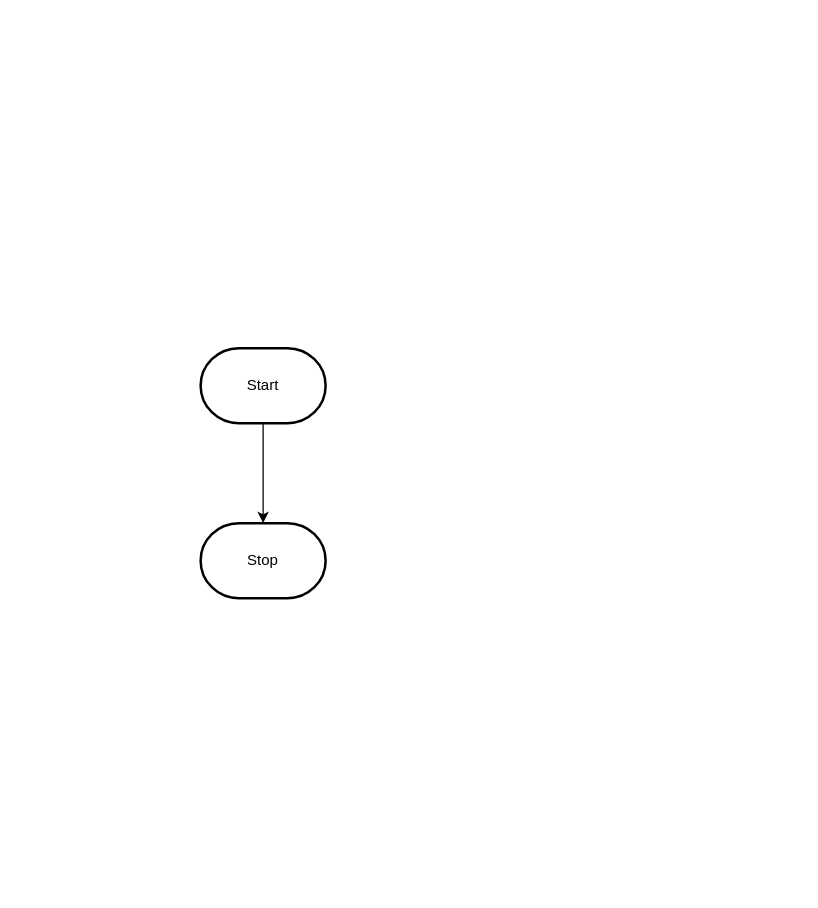
The draw.io diagram design/flowchart.drawio in MTHS-ICD2O-1-2023/ICD2O-Assignment-06-George-Khalil-29, before the edit. Source tidied: cells renumbered, new cells numbered last; positions are measured from the earlier drawing's top-left corner, leaving out a move shared by most shapes. Both pictures are drawn from the tidied source at 125%, with x=0, y=0 at pixel (200, 348).
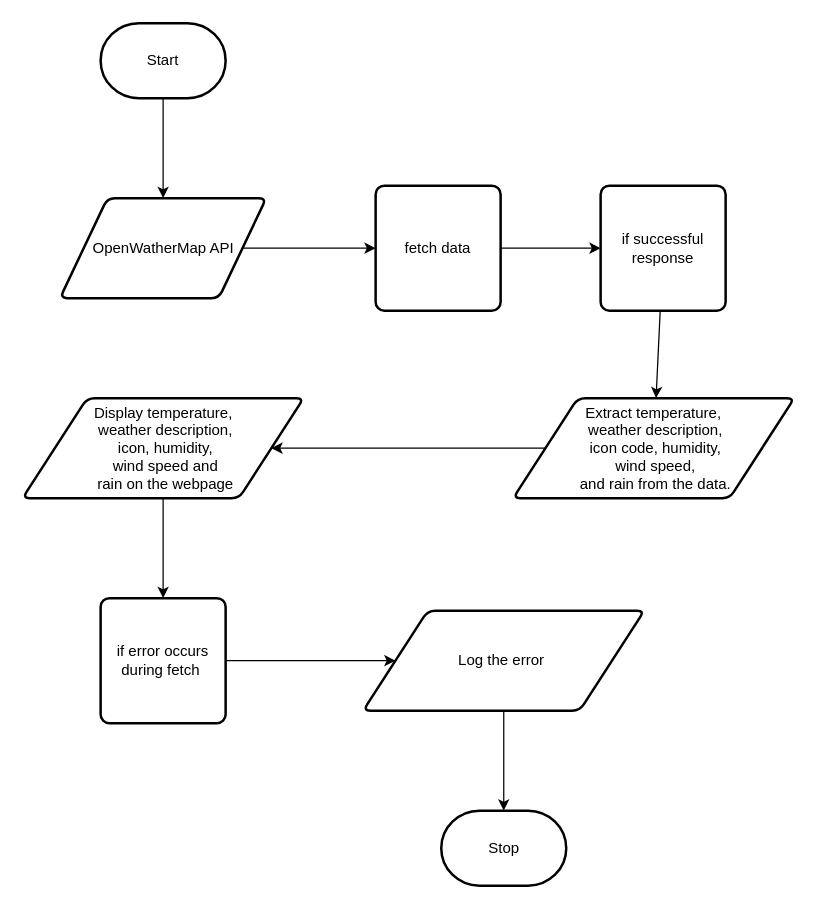
The same diagram, later.

Commit message (it also covers changes not shown here):
wsav eth flowchart

Diff of the diagram source:
```diff
@@
 <mxGraphModel>
   <root>
     <mxCell id="0" />
     <mxCell id="1" parent="0" />
-    <mxCell id="2" style="edgeStyle=orthogonalEdgeStyle;html=1;rounded=0;" parent="1" edge="1" source="3" target="4">
-      <mxGeometry relative="1" as="geometry" />
-    </mxCell>
+    <mxCell id="5" style="edgeStyle=none;html=1;" parent="1" edge="1" source="3" target="2">
+      <mxGeometry relative="1" as="geometry" />
+    </mxCell>
     <mxCell id="3" value="Start" style="strokeWidth=2;html=1;shape=mxgraph.flowchart.terminator;whiteSpace=wrap;" parent="1" vertex="1">
-      <mxGeometry width="100" height="60" as="geometry" />
+      <mxGeometry x="-80" y="-260" width="100" height="60" as="geometry" />
     </mxCell>
     <mxCell id="4" value="Stop" style="strokeWidth=2;html=1;shape=mxgraph.flowchart.terminator;whiteSpace=wrap;" parent="1" vertex="1">
-      <mxGeometry y="140" width="100" height="60" as="geometry" />
+      <mxGeometry x="192.5" y="370" width="100" height="60" as="geometry" />
     </mxCell>
+    <mxCell id="6" style="edgeStyle=none;html=1;" parent="1" edge="1" source="2" target="8">
+      <mxGeometry relative="1" as="geometry" />
+    </mxCell>
+    <mxCell id="2" value="OpenWatherMap API" style="shape=parallelogram;html=1;strokeWidth=2;perimeter=parallelogramPerimeter;whiteSpace=wrap;rounded=1;arcSize=12;size=0.23;" parent="1" vertex="1">
+      <mxGeometry x="-112.5" y="-120" width="165" height="80" as="geometry" />
+    </mxCell>
+    <mxCell id="7" style="edgeStyle=none;html=1;" parent="1" edge="1" source="8" target="12">
+      <mxGeometry relative="1" as="geometry" />
+    </mxCell>
+    <mxCell id="8" value="&amp;nbsp;fetch data&amp;nbsp;" style="rounded=1;whiteSpace=wrap;html=1;absoluteArcSize=1;arcSize=14;strokeWidth=2;" parent="1" vertex="1">
+      <mxGeometry x="140" y="-130" width="100" height="100" as="geometry" />
+    </mxCell>
+    <mxCell id="9" style="edgeStyle=none;html=1;" parent="1" edge="1" source="10" target="14">
+      <mxGeometry relative="1" as="geometry" />
+    </mxCell>
+    <mxCell id="10" value="Extract temperature,&lt;br&gt;&amp;nbsp;weather description,&lt;br&gt;&amp;nbsp;icon code, humidity,&lt;br&gt;&amp;nbsp;wind speed,&lt;br&gt;&amp;nbsp;and rain from the data." style="shape=parallelogram;html=1;strokeWidth=2;perimeter=parallelogramPerimeter;whiteSpace=wrap;rounded=1;arcSize=12;size=0.23;" parent="1" vertex="1">
+      <mxGeometry x="250" y="40" width="225" height="80" as="geometry" />
+    </mxCell>
+    <mxCell id="11" style="edgeStyle=none;html=1;" parent="1" edge="1" source="12" target="10">
+      <mxGeometry relative="1" as="geometry" />
+    </mxCell>
+    <mxCell id="12" value="if successful response" style="rounded=1;whiteSpace=wrap;html=1;absoluteArcSize=1;arcSize=14;strokeWidth=2;" parent="1" vertex="1">
+      <mxGeometry x="320" y="-130" width="100" height="100" as="geometry" />
+    </mxCell>
+    <mxCell id="13" style="edgeStyle=none;html=1;" parent="1" edge="1" source="14" target="16">
+      <mxGeometry relative="1" as="geometry" />
+    </mxCell>
+    <mxCell id="14" value="Display temperature,&lt;br&gt;&amp;nbsp;weather description,&lt;br&gt;&amp;nbsp;icon, humidity,&lt;br&gt;&amp;nbsp;wind speed and&lt;br&gt;&amp;nbsp;rain on the webpage" style="shape=parallelogram;html=1;strokeWidth=2;perimeter=parallelogramPerimeter;whiteSpace=wrap;rounded=1;arcSize=12;size=0.23;" parent="1" vertex="1">
+      <mxGeometry x="-142.5" y="40" width="225" height="80" as="geometry" />
+    </mxCell>
+    <mxCell id="15" style="edgeStyle=none;html=1;" parent="1" edge="1" source="16" target="18">
+      <mxGeometry relative="1" as="geometry" />
+    </mxCell>
+    <mxCell id="16" value="if error occurs during fetch&amp;nbsp;" style="rounded=1;whiteSpace=wrap;html=1;absoluteArcSize=1;arcSize=14;strokeWidth=2;" parent="1" vertex="1">
+      <mxGeometry x="-80" y="200" width="100" height="100" as="geometry" />
+    </mxCell>
+    <mxCell id="17" style="edgeStyle=none;html=1;" parent="1" edge="1" source="18" target="4">
+      <mxGeometry relative="1" as="geometry" />
+    </mxCell>
+    <mxCell id="18" value="Log the error&amp;nbsp;" style="shape=parallelogram;html=1;strokeWidth=2;perimeter=parallelogramPerimeter;whiteSpace=wrap;rounded=1;arcSize=12;size=0.23;" parent="1" vertex="1">
+      <mxGeometry x="130" y="210" width="225" height="80" as="geometry" />
+    </mxCell>
   </root>
 </mxGraphModel>
```
